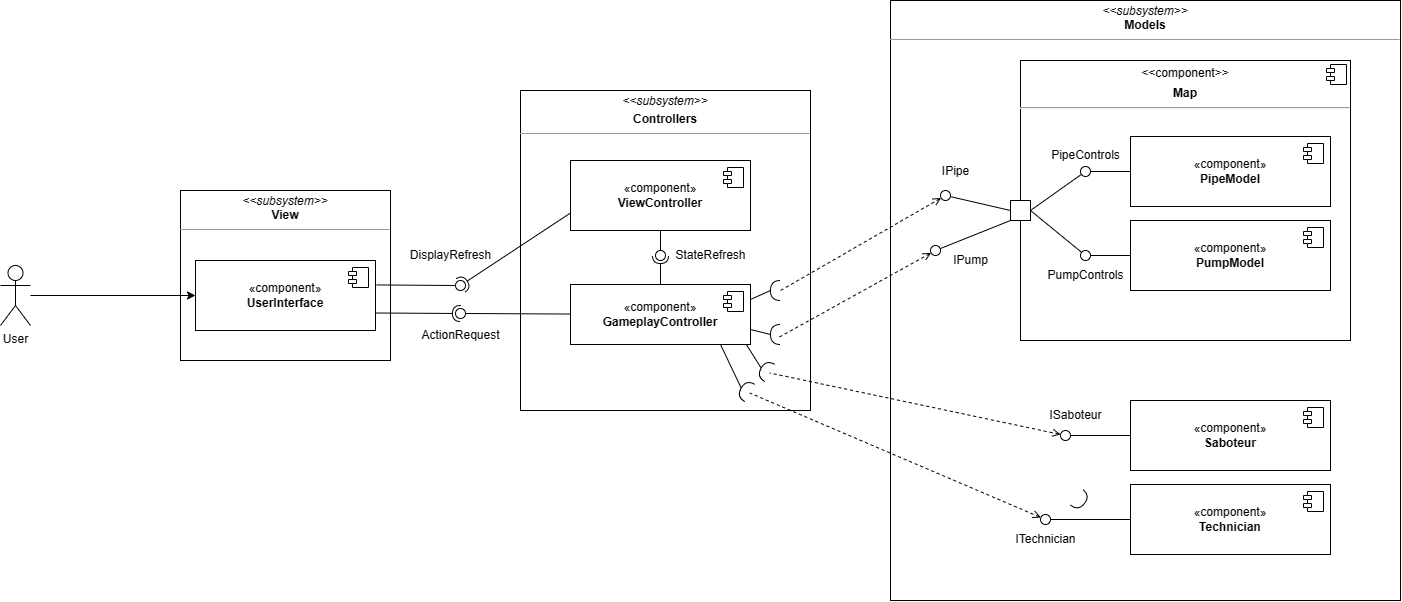
This is misc/diagrams/component.drawio.png from RuntimeError-BME/coursework, a draw.io export, as it was before one commit. Source tidied: cells renumbered, new cells last; positions are measured from the earlier drawing's top-left corner, leaving out a move shared by most shapes. Its diagram source:
```xml
<mxGraphModel>
  <root>
    <mxCell id="0" />
    <mxCell id="1" parent="0" />
    <mxCell id="2" value="&lt;p style=&quot;margin:0px;margin-top:4px;text-align:center;&quot;&gt;&lt;i&gt;&amp;lt;&amp;lt;subsystem&amp;gt;&amp;gt;&lt;/i&gt;&lt;br&gt;&lt;b&gt;View&lt;/b&gt;&lt;/p&gt;&lt;hr size=&quot;1&quot;&gt;&lt;p style=&quot;margin:0px;margin-left:4px;&quot;&gt;&lt;br&gt;&lt;/p&gt;" style="verticalAlign=top;align=left;overflow=fill;fontSize=12;fontFamily=Helvetica;html=1;whiteSpace=wrap;" parent="1" vertex="1">
      <mxGeometry x="180" y="190" width="210" height="170" as="geometry" />
    </mxCell>
    <mxCell id="3" value="&lt;p style=&quot;margin:0px;margin-top:4px;text-align:center;&quot;&gt;&lt;i&gt;&amp;lt;&amp;lt;subsystem&amp;gt;&amp;gt;&lt;/i&gt;&lt;/p&gt;&lt;p style=&quot;margin:0px;margin-top:4px;text-align:center;&quot;&gt;&lt;b style=&quot;background-color: initial;&quot;&gt;Controllers&lt;/b&gt;&lt;/p&gt;&lt;hr size=&quot;1&quot;&gt;&lt;p style=&quot;margin:0px;margin-left:4px;&quot;&gt;&lt;br&gt;&lt;/p&gt;" style="verticalAlign=top;align=left;overflow=fill;fontSize=12;fontFamily=Helvetica;html=1;whiteSpace=wrap;fontStyle=0;" parent="1" vertex="1">
      <mxGeometry x="520" y="90" width="290" height="320" as="geometry" />
    </mxCell>
    <mxCell id="4" value="&lt;p style=&quot;margin:0px;margin-top:4px;text-align:center;&quot;&gt;&lt;i&gt;&amp;lt;&amp;lt;subsystem&amp;gt;&amp;gt;&lt;/i&gt;&lt;br&gt;&lt;b&gt;Models&lt;/b&gt;&lt;/p&gt;&lt;hr size=&quot;1&quot;&gt;&lt;p style=&quot;margin:0px;margin-left:4px;&quot;&gt;&lt;br&gt;&lt;/p&gt;" style="verticalAlign=top;align=left;overflow=fill;fontSize=12;fontFamily=Helvetica;html=1;whiteSpace=wrap;" parent="1" vertex="1">
      <mxGeometry x="890" width="510" height="600" as="geometry" />
    </mxCell>
    <mxCell id="5" value="«component»&lt;br&gt;&lt;b&gt;UserInterface&lt;/b&gt;" style="html=1;whiteSpace=wrap;" parent="1" vertex="1">
      <mxGeometry x="195" y="260" width="180" height="70" as="geometry" />
    </mxCell>
    <mxCell id="6" style="shape=module;jettyWidth=8;jettyHeight=4;" parent="5" vertex="1">
      <mxGeometry x="1" width="20" height="20" relative="1" as="geometry">
        <mxPoint x="-27" y="7" as="offset" />
      </mxGeometry>
    </mxCell>
    <mxCell id="7" value="«component»&lt;br&gt;&lt;b&gt;ViewController&lt;/b&gt;" style="html=1;whiteSpace=wrap;" parent="1" vertex="1">
      <mxGeometry x="570" y="160" width="180" height="70" as="geometry" />
    </mxCell>
    <mxCell id="8" style="shape=module;jettyWidth=8;jettyHeight=4;" parent="7" vertex="1">
      <mxGeometry x="1" width="20" height="20" relative="1" as="geometry">
        <mxPoint x="-27" y="7" as="offset" />
      </mxGeometry>
    </mxCell>
    <mxCell id="9" value="«component»&lt;br&gt;&lt;b&gt;GameplayController&lt;/b&gt;" style="html=1;whiteSpace=wrap;" parent="1" vertex="1">
      <mxGeometry x="570" y="284" width="180" height="60" as="geometry" />
    </mxCell>
    <mxCell id="10" style="shape=module;jettyWidth=8;jettyHeight=4;" parent="9" vertex="1">
      <mxGeometry x="1" width="20" height="20" relative="1" as="geometry">
        <mxPoint x="-27" y="7" as="offset" />
      </mxGeometry>
    </mxCell>
    <mxCell id="11" value="ActionRequest" style="text;html=1;align=center;verticalAlign=middle;strokeColor=none;fillColor=none;" parent="1" vertex="1">
      <mxGeometry x="410" y="320" width="100" height="30" as="geometry" />
    </mxCell>
    <mxCell id="12" style="rounded=0;jettySize=auto;html=1;endArrow=none;endFill=0;sketch=0;sourcePerimeterSpacing=0;targetPerimeterSpacing=0;" parent="1" edge="1" source="9" target="14">
      <mxGeometry relative="1" as="geometry" />
    </mxCell>
    <mxCell id="13" style="rounded=0;jettySize=auto;html=1;endArrow=halfCircle;endFill=0;entryX=0.5;entryY=0.5;endSize=6;strokeWidth=1;sketch=0;exitX=1;exitY=0.75;exitDx=0;exitDy=0;" parent="1" edge="1" source="5" target="14">
      <mxGeometry relative="1" as="geometry" />
    </mxCell>
    <mxCell id="14" style="ellipse;whiteSpace=wrap;html=1;align=center;points=[];outlineConnect=0;sketch=0;" parent="1" vertex="1">
      <mxGeometry x="455" y="308" width="10" height="10" as="geometry" />
    </mxCell>
    <mxCell id="15" style="rounded=0;jettySize=auto;html=1;endArrow=none;endFill=0;sketch=0;sourcePerimeterSpacing=0;targetPerimeterSpacing=0;exitX=1.006;exitY=0.349;exitDx=0;exitDy=0;exitPerimeter=0;" parent="1" edge="1" source="5" target="17">
      <mxGeometry relative="1" as="geometry" />
    </mxCell>
    <mxCell id="16" style="rounded=0;jettySize=auto;html=1;endArrow=halfCircle;endFill=0;entryX=0.5;entryY=0.5;endSize=6;strokeWidth=1;sketch=0;exitX=0;exitY=0.75;exitDx=0;exitDy=0;" parent="1" edge="1" source="7" target="17">
      <mxGeometry relative="1" as="geometry" />
    </mxCell>
    <mxCell id="17" style="ellipse;whiteSpace=wrap;html=1;align=center;points=[];outlineConnect=0;sketch=0;" parent="1" vertex="1">
      <mxGeometry x="455" y="280" width="10" height="10" as="geometry" />
    </mxCell>
    <mxCell id="18" value="DisplayRefresh" style="text;html=1;align=center;verticalAlign=middle;strokeColor=none;fillColor=none;" parent="1" vertex="1">
      <mxGeometry x="400" y="240" width="100" height="30" as="geometry" />
    </mxCell>
    <mxCell id="19" style="rounded=0;jettySize=auto;html=1;endArrow=none;endFill=0;sketch=0;sourcePerimeterSpacing=0;targetPerimeterSpacing=0;exitX=0.5;exitY=1;exitDx=0;exitDy=0;" parent="1" edge="1" source="7" target="21">
      <mxGeometry relative="1" as="geometry" />
    </mxCell>
    <mxCell id="20" style="rounded=0;jettySize=auto;html=1;endArrow=halfCircle;endFill=0;entryX=0.5;entryY=0.5;endSize=6;strokeWidth=1;sketch=0;exitX=0.5;exitY=0;exitDx=0;exitDy=0;" parent="1" edge="1" source="9" target="21">
      <mxGeometry relative="1" as="geometry" />
    </mxCell>
    <mxCell id="21" style="ellipse;whiteSpace=wrap;html=1;align=center;points=[];outlineConnect=0;sketch=0;" parent="1" vertex="1">
      <mxGeometry x="655" y="250" width="10" height="10" as="geometry" />
    </mxCell>
    <mxCell id="22" value="StateRefresh" style="text;html=1;align=center;verticalAlign=middle;strokeColor=none;fillColor=none;" parent="1" vertex="1">
      <mxGeometry x="665" y="240" width="90" height="30" as="geometry" />
    </mxCell>
    <mxCell id="23" value="&lt;p style=&quot;margin:0px;margin-top:6px;text-align:center;&quot;&gt;&amp;lt;&amp;lt;component&amp;gt;&amp;gt;&lt;/p&gt;&lt;p style=&quot;margin:0px;margin-top:6px;text-align:center;&quot;&gt;&lt;b&gt;Map&lt;/b&gt;&lt;/p&gt;&lt;hr&gt;&lt;p style=&quot;margin:0px;margin-left:8px;&quot;&gt;&lt;br&gt;&lt;/p&gt;" style="align=left;overflow=fill;html=1;whiteSpace=wrap;" parent="1" vertex="1">
      <mxGeometry x="1020" y="60" width="330" height="280" as="geometry" />
    </mxCell>
    <mxCell id="24" style="shape=component;jettyWidth=8;jettyHeight=4;" parent="23" vertex="1">
      <mxGeometry x="1" width="20" height="20" relative="1" as="geometry">
        <mxPoint x="-24" y="4" as="offset" />
      </mxGeometry>
    </mxCell>
    <mxCell id="25" value="«component»&lt;br&gt;&lt;b&gt;PipeModel&lt;/b&gt;" style="html=1;whiteSpace=wrap;" parent="1" vertex="1">
      <mxGeometry x="1130" y="136" width="200" height="70" as="geometry" />
    </mxCell>
    <mxCell id="26" style="shape=module;jettyWidth=8;jettyHeight=4;" parent="25" vertex="1">
      <mxGeometry x="1" width="20" height="20" relative="1" as="geometry">
        <mxPoint x="-27" y="7" as="offset" />
      </mxGeometry>
    </mxCell>
    <mxCell id="27" value="«component»&lt;br&gt;&lt;b&gt;PumpModel&lt;/b&gt;" style="html=1;whiteSpace=wrap;" parent="1" vertex="1">
      <mxGeometry x="1130" y="220" width="200" height="70" as="geometry" />
    </mxCell>
    <mxCell id="28" style="shape=module;jettyWidth=8;jettyHeight=4;" parent="27" vertex="1">
      <mxGeometry x="1" width="20" height="20" relative="1" as="geometry">
        <mxPoint x="-27" y="7" as="offset" />
      </mxGeometry>
    </mxCell>
    <mxCell id="29" style="whiteSpace=wrap;html=1;" parent="1" vertex="1">
      <mxGeometry x="1010" y="200" width="20" height="20" as="geometry" />
    </mxCell>
    <mxCell id="30" style="rounded=0;jettySize=auto;html=1;endArrow=none;endFill=0;sketch=0;sourcePerimeterSpacing=0;targetPerimeterSpacing=0;exitX=0;exitY=0.5;exitDx=0;exitDy=0;" parent="1" edge="1" source="25" target="31">
      <mxGeometry relative="1" as="geometry" />
    </mxCell>
    <mxCell id="31" style="ellipse;whiteSpace=wrap;html=1;align=center;points=[];outlineConnect=0;sketch=0;direction=south;" parent="1" vertex="1">
      <mxGeometry x="1080" y="166" width="10" height="10" as="geometry" />
    </mxCell>
    <mxCell id="32" style="endArrow=none;html=1;rounded=0;exitX=1;exitY=0.5;exitDx=0;exitDy=0;" parent="1" edge="1" source="29" target="31">
      <mxGeometry relative="1" as="geometry" />
    </mxCell>
    <mxCell id="33" value="PipeControls" style="text;html=1;align=center;verticalAlign=middle;strokeColor=none;fillColor=none;" parent="1" vertex="1">
      <mxGeometry x="1040" y="140" width="90" height="30" as="geometry" />
    </mxCell>
    <mxCell id="34" style="rounded=0;jettySize=auto;html=1;endArrow=none;endFill=0;sketch=0;sourcePerimeterSpacing=0;targetPerimeterSpacing=0;exitX=0;exitY=0.5;exitDx=0;exitDy=0;" parent="1" edge="1" source="27" target="35">
      <mxGeometry relative="1" as="geometry" />
    </mxCell>
    <mxCell id="35" style="ellipse;whiteSpace=wrap;html=1;align=center;points=[];outlineConnect=0;sketch=0;direction=south;" parent="1" vertex="1">
      <mxGeometry x="1080" y="250" width="10" height="10" as="geometry" />
    </mxCell>
    <mxCell id="36" style="endArrow=none;html=1;rounded=0;exitX=1;exitY=0.5;exitDx=0;exitDy=0;" parent="1" edge="1" source="29" target="35">
      <mxGeometry relative="1" as="geometry" />
    </mxCell>
    <mxCell id="37" value="PumpControls" style="text;html=1;align=center;verticalAlign=middle;strokeColor=none;fillColor=none;" parent="1" vertex="1">
      <mxGeometry x="1035" y="260" width="100" height="30" as="geometry" />
    </mxCell>
    <mxCell id="38" style="rounded=0;jettySize=auto;html=1;endArrow=none;endFill=0;sketch=0;sourcePerimeterSpacing=0;targetPerimeterSpacing=0;exitX=0;exitY=0.5;exitDx=0;exitDy=0;" parent="1" edge="1" source="29" target="39">
      <mxGeometry relative="1" as="geometry" />
    </mxCell>
    <mxCell id="39" style="ellipse;whiteSpace=wrap;html=1;align=center;points=[];outlineConnect=0;sketch=0;direction=south;" parent="1" vertex="1">
      <mxGeometry x="940" y="190" width="10" height="10" as="geometry" />
    </mxCell>
    <mxCell id="40" style="rounded=0;jettySize=auto;html=1;endArrow=none;endFill=0;sketch=0;sourcePerimeterSpacing=0;targetPerimeterSpacing=0;exitX=0;exitY=1;exitDx=0;exitDy=0;" parent="1" edge="1" source="29" target="41">
      <mxGeometry relative="1" as="geometry" />
    </mxCell>
    <mxCell id="41" style="ellipse;whiteSpace=wrap;html=1;align=center;points=[];outlineConnect=0;sketch=0;direction=south;" parent="1" vertex="1">
      <mxGeometry x="930" y="245" width="10" height="10" as="geometry" />
    </mxCell>
    <mxCell id="42" value="IPipe" style="text;html=1;align=center;verticalAlign=middle;strokeColor=none;fillColor=none;" parent="1" vertex="1">
      <mxGeometry x="930" y="156" width="50" height="30" as="geometry" />
    </mxCell>
    <mxCell id="43" value="IPump" style="text;html=1;align=center;verticalAlign=middle;strokeColor=none;fillColor=none;" parent="1" vertex="1">
      <mxGeometry x="940" y="245" width="60" height="30" as="geometry" />
    </mxCell>
    <mxCell id="44" value="«component»&lt;br&gt;&lt;b&gt;Saboteur&lt;/b&gt;" style="html=1;whiteSpace=wrap;" parent="1" vertex="1">
      <mxGeometry x="1130" y="400" width="200" height="70" as="geometry" />
    </mxCell>
    <mxCell id="45" style="shape=module;jettyWidth=8;jettyHeight=4;" parent="44" vertex="1">
      <mxGeometry x="1" width="20" height="20" relative="1" as="geometry">
        <mxPoint x="-27" y="7" as="offset" />
      </mxGeometry>
    </mxCell>
    <mxCell id="46" value="«component»&lt;br&gt;&lt;b&gt;Technician&lt;/b&gt;" style="html=1;whiteSpace=wrap;" parent="1" vertex="1">
      <mxGeometry x="1130" y="484" width="200" height="70" as="geometry" />
    </mxCell>
    <mxCell id="47" style="shape=module;jettyWidth=8;jettyHeight=4;" parent="46" vertex="1">
      <mxGeometry x="1" width="20" height="20" relative="1" as="geometry">
        <mxPoint x="-27" y="7" as="offset" />
      </mxGeometry>
    </mxCell>
    <mxCell id="48" style="rounded=0;jettySize=auto;html=1;endArrow=none;endFill=0;sketch=0;sourcePerimeterSpacing=0;targetPerimeterSpacing=0;exitX=0;exitY=0.5;exitDx=0;exitDy=0;" parent="1" edge="1" source="44" target="49">
      <mxGeometry relative="1" as="geometry" />
    </mxCell>
    <mxCell id="49" style="ellipse;whiteSpace=wrap;html=1;align=center;points=[];outlineConnect=0;sketch=0;direction=south;" parent="1" vertex="1">
      <mxGeometry x="1060" y="430" width="10" height="10" as="geometry" />
    </mxCell>
    <mxCell id="50" value="ISaboteur" style="text;html=1;align=center;verticalAlign=middle;strokeColor=none;fillColor=none;" parent="1" vertex="1">
      <mxGeometry x="1035" y="400" width="80" height="30" as="geometry" />
    </mxCell>
    <mxCell id="51" style="rounded=0;jettySize=auto;html=1;endArrow=none;endFill=0;sketch=0;sourcePerimeterSpacing=0;targetPerimeterSpacing=0;exitX=0;exitY=0.5;exitDx=0;exitDy=0;" parent="1" edge="1" source="46" target="52">
      <mxGeometry relative="1" as="geometry" />
    </mxCell>
    <mxCell id="52" style="ellipse;whiteSpace=wrap;html=1;align=center;points=[];outlineConnect=0;sketch=0;direction=south;" parent="1" vertex="1">
      <mxGeometry x="1040" y="514" width="10" height="10" as="geometry" />
    </mxCell>
    <mxCell id="53" value="ITechnician" style="text;html=1;align=center;verticalAlign=middle;strokeColor=none;fillColor=none;" parent="1" vertex="1">
      <mxGeometry x="1005" y="524" width="80" height="30" as="geometry" />
    </mxCell>
    <mxCell id="54" style="shape=requiredInterface;html=1;verticalLabelPosition=bottom;sketch=0;rotation=-180;" parent="1" vertex="1">
      <mxGeometry x="770" y="280" width="10" height="20" as="geometry" />
    </mxCell>
    <mxCell id="55" style="endArrow=none;html=1;rounded=0;entryX=1;entryY=0.5;entryDx=0;entryDy=0;entryPerimeter=0;exitX=1;exitY=0.25;exitDx=0;exitDy=0;" parent="1" edge="1" source="9" target="54">
      <mxGeometry relative="1" as="geometry" />
    </mxCell>
    <mxCell id="56" style="shape=requiredInterface;html=1;verticalLabelPosition=bottom;sketch=0;rotation=-180;" parent="1" vertex="1">
      <mxGeometry x="770" y="324" width="10" height="20" as="geometry" />
    </mxCell>
    <mxCell id="57" style="endArrow=none;html=1;rounded=0;entryX=1;entryY=0.5;entryDx=0;entryDy=0;entryPerimeter=0;exitX=1;exitY=0.75;exitDx=0;exitDy=0;" parent="1" edge="1" source="9" target="56">
      <mxGeometry relative="1" as="geometry" />
    </mxCell>
    <mxCell id="58" style="endArrow=none;dashed=1;html=1;rounded=0;startArrow=open;startFill=0;entryX=0;entryY=0.5;entryDx=0;entryDy=0;entryPerimeter=0;" parent="1" edge="1" source="39" target="54">
      <mxGeometry relative="1" as="geometry" />
    </mxCell>
    <mxCell id="59" style="endArrow=none;dashed=1;html=1;rounded=0;startArrow=open;startFill=0;entryX=0;entryY=0.5;entryDx=0;entryDy=0;entryPerimeter=0;" parent="1" edge="1" source="41">
      <mxGeometry relative="1" as="geometry">
        <mxPoint x="779" y="336.5" as="targetPoint" />
      </mxGeometry>
    </mxCell>
    <mxCell id="60" style="rounded=0;jettySize=auto;html=1;exitX=1;exitY=0.5;exitDx=0;exitDy=0;exitPerimeter=0;entryX=0.978;entryY=1.006;entryDx=0;entryDy=0;entryPerimeter=0;endArrow=none;endFill=0;" parent="1" edge="1" source="61" target="9">
      <mxGeometry relative="1" as="geometry" />
    </mxCell>
    <mxCell id="61" style="shape=requiredInterface;html=1;verticalLabelPosition=bottom;sketch=0;rotation=-150;" parent="1" vertex="1">
      <mxGeometry x="760" y="360" width="10" height="20" as="geometry" />
    </mxCell>
    <mxCell id="62" style="shape=requiredInterface;html=1;verticalLabelPosition=bottom;sketch=0;rotation=-150;" parent="1" vertex="1">
      <mxGeometry x="740" y="380" width="10" height="20" as="geometry" />
    </mxCell>
    <mxCell id="63" style="rounded=0;jettySize=auto;html=1;exitX=1;exitY=0.5;exitDx=0;exitDy=0;exitPerimeter=0;entryX=0.946;entryY=0.991;entryDx=0;entryDy=0;entryPerimeter=0;endArrow=none;endFill=0;" parent="1" edge="1" source="62">
      <mxGeometry relative="1" as="geometry">
        <mxPoint x="720" y="344" as="targetPoint" />
      </mxGeometry>
    </mxCell>
    <mxCell id="64" style="endArrow=none;dashed=1;html=1;rounded=0;startArrow=open;startFill=0;entryX=0;entryY=0.5;entryDx=0;entryDy=0;entryPerimeter=0;" parent="1" edge="1" source="52" target="62">
      <mxGeometry relative="1" as="geometry" />
    </mxCell>
    <mxCell id="65" style="endArrow=none;dashed=1;html=1;rounded=0;startArrow=open;startFill=0;entryX=0;entryY=0.5;entryDx=0;entryDy=0;entryPerimeter=0;" parent="1" edge="1" source="49" target="61">
      <mxGeometry relative="1" as="geometry" />
    </mxCell>
    <mxCell id="66" style="shape=requiredInterface;html=1;verticalLabelPosition=bottom;sketch=0;rotation=40;" parent="1" vertex="1">
      <mxGeometry x="1075" y="490" width="10" height="20" as="geometry" />
    </mxCell>
    <mxCell id="67" style="edgeStyle=orthogonalEdgeStyle;rounded=0;jettySize=auto;html=1;" parent="1" edge="1" source="68">
      <mxGeometry relative="1" as="geometry">
        <mxPoint x="195" y="295" as="targetPoint" />
      </mxGeometry>
    </mxCell>
    <mxCell id="68" value="User" style="shape=umlActor;verticalLabelPosition=bottom;verticalAlign=top;html=1;outlineConnect=0;" parent="1" vertex="1">
      <mxGeometry y="265" width="30" height="60" as="geometry" />
    </mxCell>
  </root>
</mxGraphModel>
```
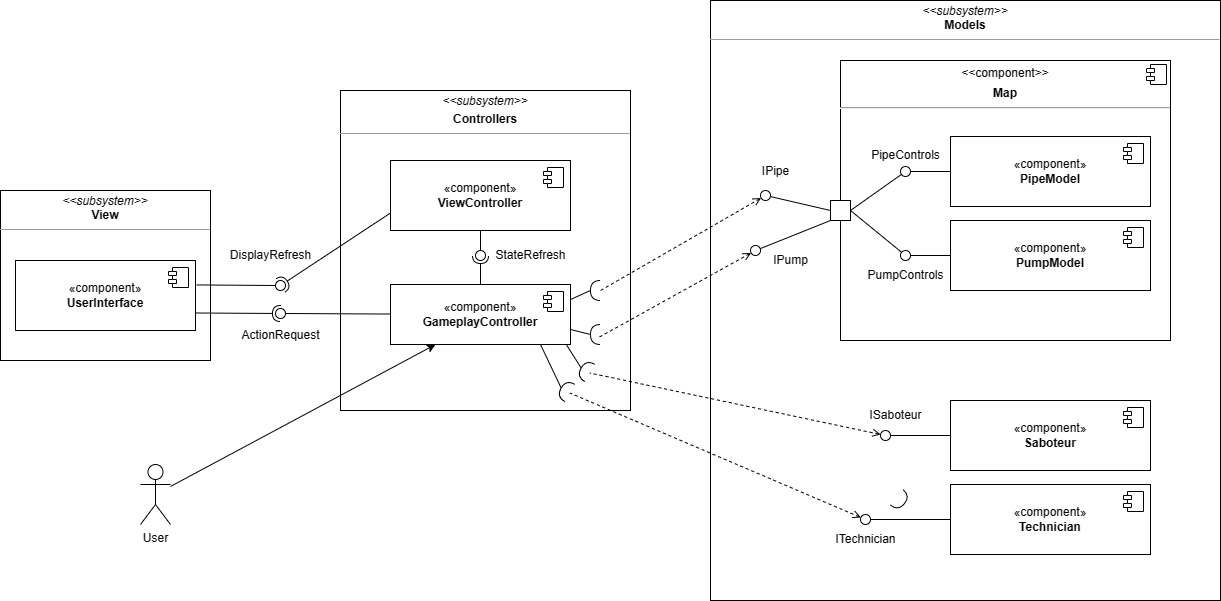
After the change.

Change to the diagram source:
```diff
@@ -217,13 +217,11 @@
     <mxCell id="66" style="shape=requiredInterface;html=1;verticalLabelPosition=bottom;sketch=0;rotation=40;" parent="1" vertex="1">
       <mxGeometry x="1075" y="490" width="10" height="20" as="geometry" />
     </mxCell>
-    <mxCell id="67" style="edgeStyle=orthogonalEdgeStyle;rounded=0;jettySize=auto;html=1;" parent="1" edge="1" source="68">
-      <mxGeometry relative="1" as="geometry">
-        <mxPoint x="195" y="295" as="targetPoint" />
-      </mxGeometry>
+    <mxCell id="67" style="rounded=0;jettySize=auto;html=1;entryX=0.25;entryY=1;entryDx=0;entryDy=0;" parent="1" edge="1" source="68" target="9">
+      <mxGeometry relative="1" as="geometry" />
     </mxCell>
     <mxCell id="68" value="User" style="shape=umlActor;verticalLabelPosition=bottom;verticalAlign=top;html=1;outlineConnect=0;" parent="1" vertex="1">
-      <mxGeometry y="265" width="30" height="60" as="geometry" />
+      <mxGeometry x="320" y="464" width="30" height="60" as="geometry" />
     </mxCell>
   </root>
 </mxGraphModel>
```
